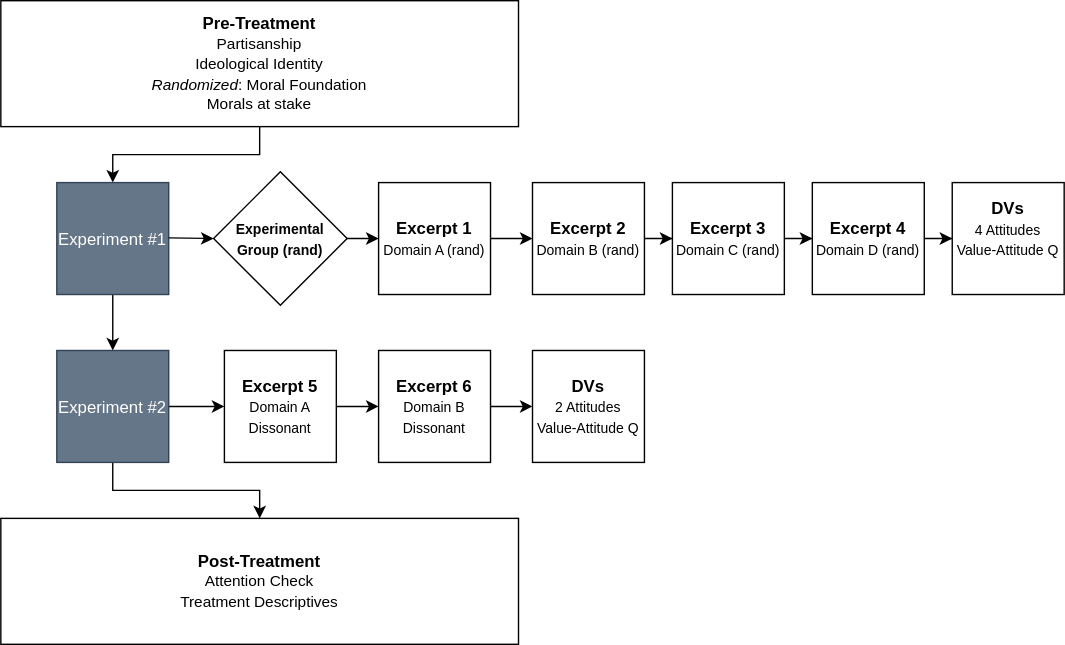
This is docs/ce_files/Design.svg from tadeascely/tadeascely.github.io, a draw.io export, as it was before one commit. Source tidied: cells renumbered, new cells last; positions are measured from the earlier drawing's top-left corner, leaving out a move shared by most shapes.
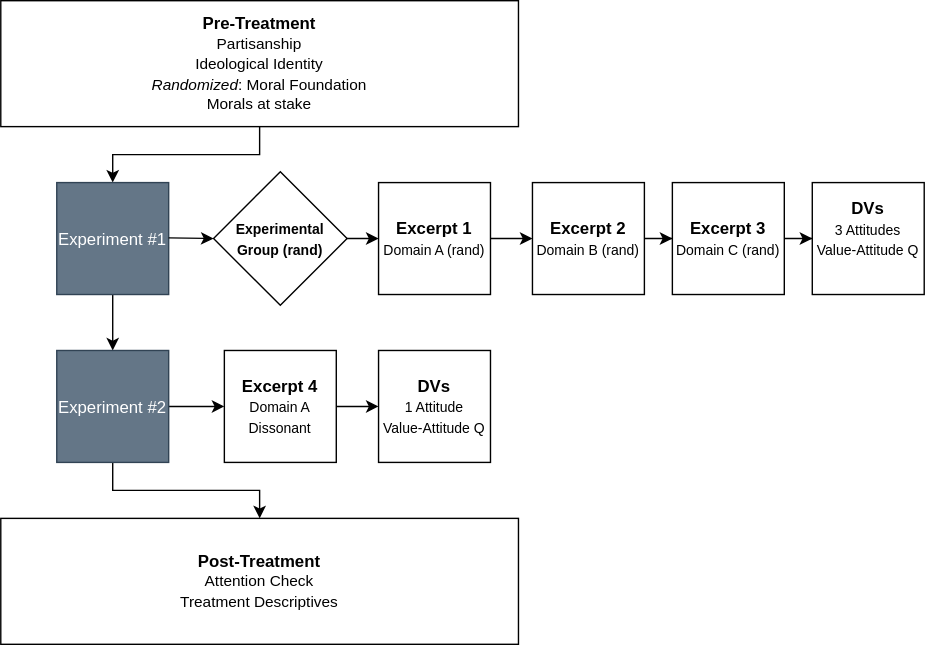
Above is the later version.

The edit, as a diff of the source:
```diff
@@ -40,20 +40,16 @@
     <mxCell id="13" value="&lt;b&gt;Excerpt 2&lt;/b&gt;&lt;div&gt;&lt;span style=&quot;font-size: 10px;&quot;&gt;Domain B (rand)&lt;/span&gt;&lt;b&gt;&lt;/b&gt;&lt;/div&gt;" style="whiteSpace=wrap;html=1;convertToSvg=1;svgWhiteSpace=wrap;" parent="1" vertex="1">
       <mxGeometry x="380" y="130" width="80" height="80" as="geometry" />
     </mxCell>
-    <mxCell id="14" style="edgeStyle=orthogonalEdgeStyle;rounded=0;jettySize=auto;html=1;convertToSvg=1;" parent="1" edge="1" source="15" target="17">
-      <mxGeometry relative="1" as="geometry" />
+    <mxCell id="14" style="edgeStyle=orthogonalEdgeStyle;rounded=0;jettySize=auto;html=1;convertToSvg=1;" parent="1" edge="1" source="15">
+      <mxGeometry relative="1" as="geometry">
+        <mxPoint x="580" y="170" as="targetPoint" />
+      </mxGeometry>
     </mxCell>
     <mxCell id="15" value="&lt;b&gt;Excerpt 3&lt;/b&gt;&lt;div&gt;&lt;span style=&quot;font-size: 10px;&quot;&gt;Domain C (rand)&lt;/span&gt;&lt;b&gt;&lt;/b&gt;&lt;/div&gt;" style="whiteSpace=wrap;html=1;convertToSvg=1;svgWhiteSpace=wrap;" parent="1" vertex="1">
       <mxGeometry x="480" y="130" width="80" height="80" as="geometry" />
     </mxCell>
-    <mxCell id="16" style="edgeStyle=orthogonalEdgeStyle;rounded=0;jettySize=auto;html=1;convertToSvg=1;" parent="1" edge="1" source="17" target="18">
-      <mxGeometry relative="1" as="geometry" />
-    </mxCell>
-    <mxCell id="17" value="&lt;b&gt;Excerpt 4&lt;/b&gt;&lt;div&gt;&lt;span style=&quot;font-size: 10px;&quot;&gt;Domain D (rand)&lt;/span&gt;&lt;b&gt;&lt;/b&gt;&lt;/div&gt;" style="whiteSpace=wrap;html=1;convertToSvg=1;svgWhiteSpace=wrap;" parent="1" vertex="1">
-      <mxGeometry x="580" y="130" width="80" height="80" as="geometry" />
-    </mxCell>
-    <mxCell id="18" value="&lt;b&gt;DVs&lt;/b&gt;&lt;div&gt;&lt;font style=&quot;font-size: 10px;&quot;&gt;4 Attitudes&lt;/font&gt;&lt;/div&gt;&lt;div&gt;&lt;font style=&quot;&quot;&gt;&lt;div style=&quot;&quot;&gt;&lt;font style=&quot;font-size: 10px;&quot;&gt;Value-Attitude Q&lt;/font&gt;&lt;/div&gt;&lt;div style=&quot;font-size: 10px;&quot;&gt;&lt;font style=&quot;font-size: 11px;&quot;&gt;&lt;br&gt;&lt;/font&gt;&lt;/div&gt;&lt;/font&gt;&lt;/div&gt;" style="whiteSpace=wrap;html=1;convertToSvg=1;svgWhiteSpace=wrap;" parent="1" vertex="1">
-      <mxGeometry x="680" y="130" width="80" height="80" as="geometry" />
+    <mxCell id="18" value="&lt;b&gt;DVs&lt;/b&gt;&lt;div&gt;&lt;font style=&quot;font-size: 10px;&quot;&gt;3 Attitudes&lt;/font&gt;&lt;/div&gt;&lt;div&gt;&lt;font style=&quot;&quot;&gt;&lt;div style=&quot;&quot;&gt;&lt;font style=&quot;font-size: 10px;&quot;&gt;Value-Attitude Q&lt;/font&gt;&lt;/div&gt;&lt;div style=&quot;font-size: 10px;&quot;&gt;&lt;font style=&quot;font-size: 11px;&quot;&gt;&lt;br&gt;&lt;/font&gt;&lt;/div&gt;&lt;/font&gt;&lt;/div&gt;" style="whiteSpace=wrap;html=1;convertToSvg=1;svgWhiteSpace=wrap;" parent="1" vertex="1">
+      <mxGeometry x="580" y="130" width="80" height="80" as="geometry" />
     </mxCell>
     <mxCell id="19" value="&lt;b&gt;Post-Treatment&lt;/b&gt;&lt;div&gt;&lt;span style=&quot;background-color: transparent; color: light-dark(rgb(0, 0, 0), rgb(255, 255, 255)); font-size: 11px;&quot;&gt;Attention Check&lt;/span&gt;&lt;/div&gt;&lt;div&gt;&lt;font style=&quot;font-size: 11px;&quot;&gt;Treatment Descriptives&lt;/font&gt;&lt;/div&gt;" style="rounded=0;whiteSpace=wrap;html=1;" parent="1" vertex="1">
       <mxGeometry y="370" width="370" height="90" as="geometry" />
@@ -67,20 +63,16 @@
     <mxCell id="22" value="Experiment #2" style="whiteSpace=wrap;html=1;fillColor=#647687;fontColor=#ffffff;strokeColor=#314354;convertToSvg=1;svgWhiteSpace=wrap;" parent="1" vertex="1">
       <mxGeometry x="40" y="250" width="80" height="80" as="geometry" />
     </mxCell>
-    <mxCell id="23" style="edgeStyle=orthogonalEdgeStyle;rounded=0;jettySize=auto;html=1;" parent="1" edge="1" source="24" target="26">
-      <mxGeometry relative="1" as="geometry" />
+    <mxCell id="23" style="edgeStyle=orthogonalEdgeStyle;rounded=0;jettySize=auto;html=1;" parent="1" edge="1" source="24">
+      <mxGeometry relative="1" as="geometry">
+        <mxPoint x="270" y="290" as="targetPoint" />
+      </mxGeometry>
     </mxCell>
-    <mxCell id="24" value="&lt;b&gt;Excerpt 5&lt;/b&gt;&lt;div&gt;&lt;font style=&quot;font-size: 10px;&quot;&gt;Domain A&lt;/font&gt;&lt;/div&gt;&lt;div&gt;&lt;font style=&quot;font-size: 10px;&quot;&gt;Dissonant&lt;/font&gt;&lt;/div&gt;" style="whiteSpace=wrap;html=1;convertToSvg=1;svgWhiteSpace=wrap;" parent="1" vertex="1">
+    <mxCell id="24" value="&lt;b&gt;Excerpt 4&lt;/b&gt;&lt;div&gt;&lt;font style=&quot;font-size: 10px;&quot;&gt;Domain A&lt;/font&gt;&lt;/div&gt;&lt;div&gt;&lt;font style=&quot;font-size: 10px;&quot;&gt;Dissonant&lt;/font&gt;&lt;/div&gt;" style="whiteSpace=wrap;html=1;convertToSvg=1;svgWhiteSpace=wrap;" parent="1" vertex="1">
       <mxGeometry x="159.8" y="250" width="80" height="80" as="geometry" />
     </mxCell>
-    <mxCell id="25" style="edgeStyle=orthogonalEdgeStyle;rounded=0;jettySize=auto;html=1;" parent="1" edge="1" source="26" target="27">
-      <mxGeometry relative="1" as="geometry" />
-    </mxCell>
-    <mxCell id="26" value="&lt;b&gt;Excerpt 6&lt;/b&gt;&lt;div&gt;&lt;span style=&quot;font-size: 10px;&quot;&gt;Domain B&lt;/span&gt;&lt;b&gt;&lt;/b&gt;&lt;/div&gt;&lt;div&gt;&lt;span style=&quot;font-size: 10px;&quot;&gt;Dissonant&lt;/span&gt;&lt;span style=&quot;font-size: 10px;&quot;&gt;&lt;/span&gt;&lt;/div&gt;" style="whiteSpace=wrap;html=1;convertToSvg=1;svgWhiteSpace=wrap;" parent="1" vertex="1">
-      <mxGeometry x="270" y="250" width="80" height="80" as="geometry" />
-    </mxCell>
-    <mxCell id="27" value="&lt;b&gt;DVs&lt;/b&gt;&lt;div&gt;&lt;font style=&quot;font-size: 10px;&quot;&gt;2 Attitudes&lt;/font&gt;&lt;/div&gt;&lt;div&gt;&lt;font style=&quot;font-size: 10px;&quot;&gt;Value-Attitude Q&lt;/font&gt;&lt;/div&gt;" style="whiteSpace=wrap;html=1;convertToSvg=1;svgWhiteSpace=wrap;" parent="1" vertex="1">
-      <mxGeometry x="380" y="250" width="80" height="80" as="geometry" />
+    <mxCell id="27" value="&lt;b&gt;DVs&lt;/b&gt;&lt;div&gt;&lt;font style=&quot;font-size: 10px;&quot;&gt;1 Attitude&lt;/font&gt;&lt;/div&gt;&lt;div&gt;&lt;font style=&quot;font-size: 10px;&quot;&gt;Value-Attitude Q&lt;/font&gt;&lt;/div&gt;" style="whiteSpace=wrap;html=1;convertToSvg=1;svgWhiteSpace=wrap;" parent="1" vertex="1">
+      <mxGeometry x="270" y="250" width="80" height="80" as="geometry" />
     </mxCell>
   </root>
 </mxGraphModel>
```
